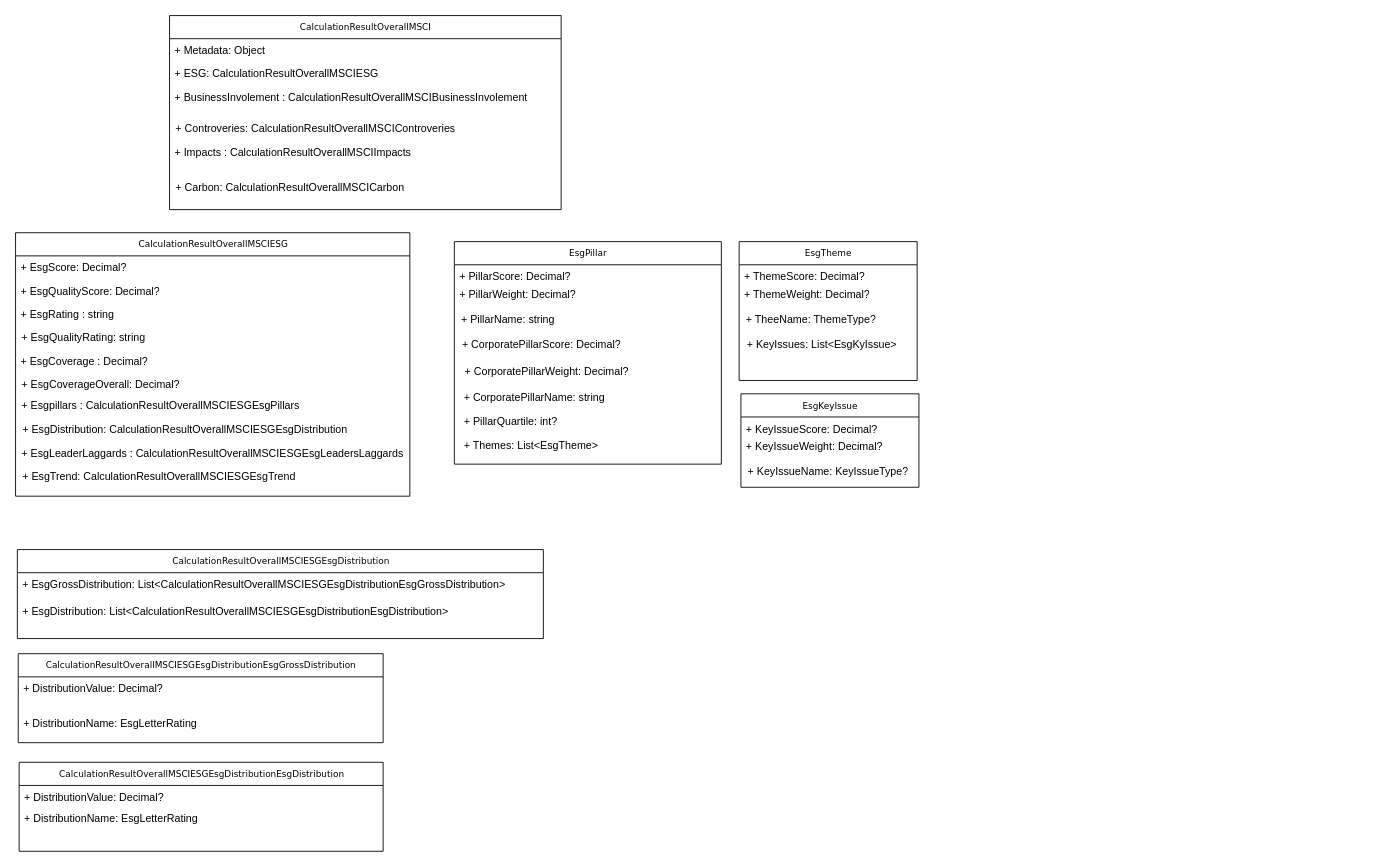
The draw.io diagram page "CalculationResultOverallMSCI" (2 of 2) of Untitled Diagram.drawio in Ajijulhoque/PlusDocDesigns, before the edit. Source tidied: cells renumbered, new cells numbered last; positions are measured from the earlier drawing's top-left corner, leaving out a move shared by most shapes. Both pictures are drawn from the tidied source at 89%, with x=0, y=0 at pixel (15, 15).
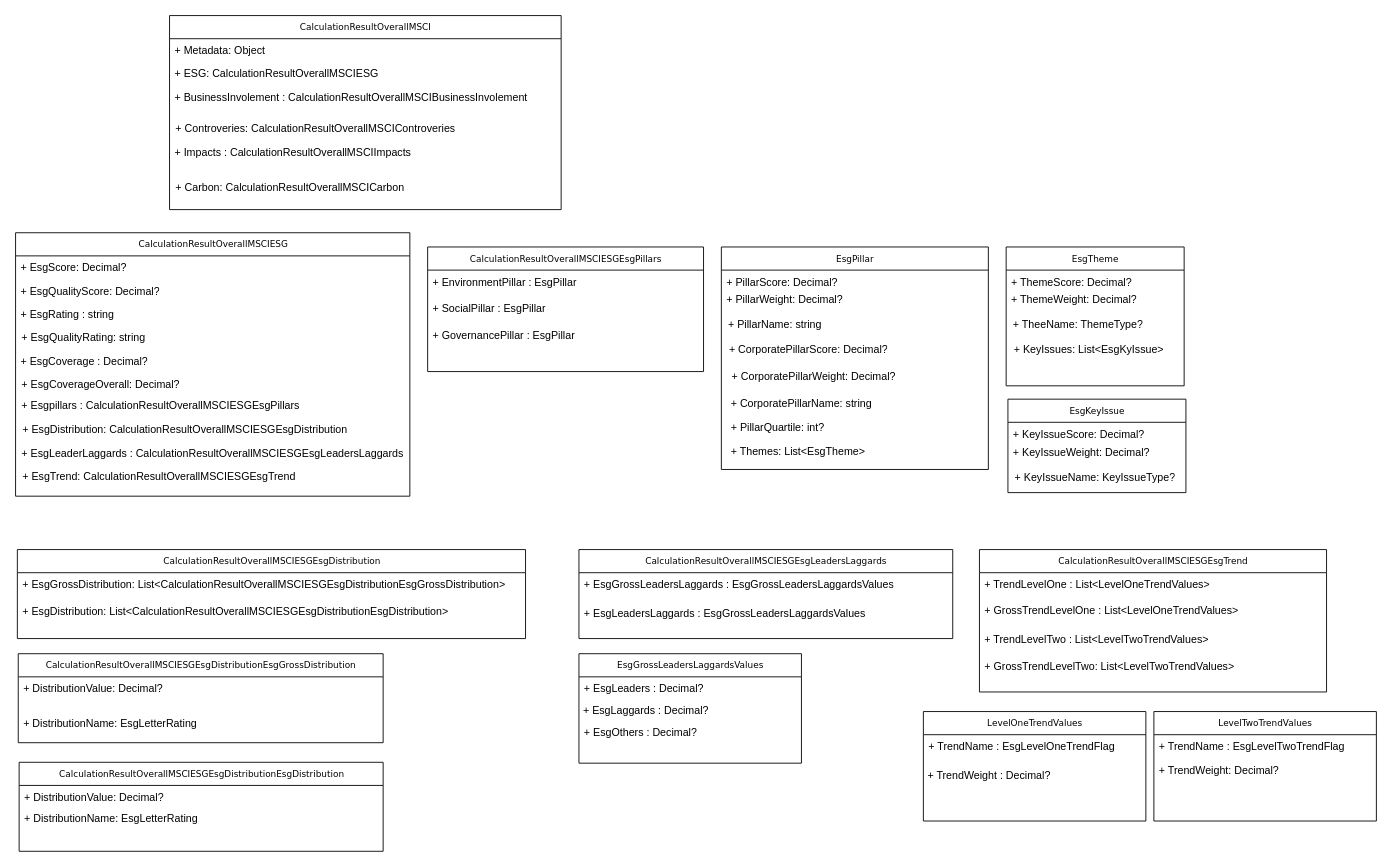
Above is the later version.

Commit message:
Updated data model

What changed in the source:
```diff
@@
     <mxCell id="20" value="EsgPillar" style="swimlane;html=1;fontStyle=0;horizontal=1;startSize=26;fillColor=none;swimlaneFillColor=#ffffff;rounded=0;shadow=0;comic=0;labelBackgroundColor=none;strokeWidth=1;fontFamily=Verdana;fontSize=10;align=center;" parent="1" vertex="1">
-      <mxGeometry x="493" y="254" width="300" height="250" as="geometry" />
+      <mxGeometry x="793" y="260" width="300" height="250" as="geometry" />
     </mxCell>
@@
     <mxCell id="22" value="+ PillarWeight: Decimal?" style="text;html=1;strokeColor=none;fillColor=none;align=left;verticalAlign=top;spacingLeft=4;spacingRight=4;whiteSpace=wrap;overflow=hidden;" parent="1" vertex="1">
-      <mxGeometry x="493" y="300" width="300" height="26" as="geometry" />
+      <mxGeometry x="793" y="306" width="300" height="26" as="geometry" />
     </mxCell>
     <mxCell id="23" value="+ PillarName: string" style="text;html=1;strokeColor=none;fillColor=none;align=left;verticalAlign=top;spacingLeft=4;spacingRight=4;whiteSpace=wrap;overflow=hidden;" parent="1" vertex="1">
-      <mxGeometry x="495" y="328" width="300" height="26" as="geometry" />
+      <mxGeometry x="795" y="334" width="300" height="26" as="geometry" />
     </mxCell>
     <mxCell id="24" value="+ CorporatePillarScore: Decimal?" style="text;html=1;strokeColor=none;fillColor=none;align=left;verticalAlign=top;spacingLeft=4;spacingRight=4;whiteSpace=wrap;overflow=hidden;" parent="1" vertex="1">
-      <mxGeometry x="496" y="356" width="300" height="26" as="geometry" />
+      <mxGeometry x="796" y="362" width="300" height="26" as="geometry" />
     </mxCell>
     <mxCell id="25" value="+ CorporatePillarWeight: Decimal?" style="text;html=1;strokeColor=none;fillColor=none;align=left;verticalAlign=top;spacingLeft=4;spacingRight=4;whiteSpace=wrap;overflow=hidden;" parent="1" vertex="1">
-      <mxGeometry x="499" y="386" width="300" height="26" as="geometry" />
+      <mxGeometry x="799" y="392" width="300" height="26" as="geometry" />
     </mxCell>
     <mxCell id="26" value="+ CorporatePillarName: string" style="text;html=1;strokeColor=none;fillColor=none;align=left;verticalAlign=top;spacingLeft=4;spacingRight=4;whiteSpace=wrap;overflow=hidden;" parent="1" vertex="1">
-      <mxGeometry x="498" y="416" width="300" height="26" as="geometry" />
+      <mxGeometry x="798" y="422" width="300" height="26" as="geometry" />
     </mxCell>
     <mxCell id="27" value="+ PillarQuartile: int?" style="text;html=1;strokeColor=none;fillColor=none;align=left;verticalAlign=top;spacingLeft=4;spacingRight=4;whiteSpace=wrap;overflow=hidden;" parent="1" vertex="1">
-      <mxGeometry x="498" y="443" width="300" height="26" as="geometry" />
+      <mxGeometry x="798" y="449" width="300" height="26" as="geometry" />
     </mxCell>
     <mxCell id="28" value="+ Themes: List&amp;lt;EsgTheme&amp;gt;" style="text;html=1;strokeColor=none;fillColor=none;align=left;verticalAlign=top;spacingLeft=4;spacingRight=4;whiteSpace=wrap;overflow=hidden;" parent="1" vertex="1">
-      <mxGeometry x="498" y="470" width="300" height="26" as="geometry" />
+      <mxGeometry x="798" y="476" width="300" height="26" as="geometry" />
     </mxCell>
     <mxCell id="29" value="EsgTheme" style="swimlane;html=1;fontStyle=0;horizontal=1;startSize=26;fillColor=none;swimlaneFillColor=#ffffff;rounded=0;shadow=0;comic=0;labelBackgroundColor=none;strokeWidth=1;fontFamily=Verdana;fontSize=10;align=center;" parent="1" vertex="1">
-      <mxGeometry x="813" y="254" width="200" height="156" as="geometry" />
+      <mxGeometry x="1113" y="260" width="200" height="156" as="geometry" />
     </mxCell>
@@
     <mxCell id="31" value="+ ThemeWeight: Decimal?" style="text;html=1;strokeColor=none;fillColor=none;align=left;verticalAlign=top;spacingLeft=4;spacingRight=4;whiteSpace=wrap;overflow=hidden;" parent="1" vertex="1">
-      <mxGeometry x="813" y="300" width="200" height="26" as="geometry" />
+      <mxGeometry x="1113" y="306" width="200" height="26" as="geometry" />
     </mxCell>
     <mxCell id="32" value="+ TheeName:&amp;nbsp;ThemeType?" style="text;html=1;strokeColor=none;fillColor=none;align=left;verticalAlign=top;spacingLeft=4;spacingRight=4;whiteSpace=wrap;overflow=hidden;" parent="1" vertex="1">
-      <mxGeometry x="815" y="328" width="198" height="26" as="geometry" />
+      <mxGeometry x="1115" y="334" width="198" height="26" as="geometry" />
     </mxCell>
     <mxCell id="33" value="+ KeyIssues: List&amp;lt;EsgKyIssue&amp;gt;" style="text;html=1;strokeColor=none;fillColor=none;align=left;verticalAlign=top;spacingLeft=4;spacingRight=4;whiteSpace=wrap;overflow=hidden;" parent="1" vertex="1">
-      <mxGeometry x="816" y="356" width="197" height="26" as="geometry" />
+      <mxGeometry x="1116" y="362" width="197" height="26" as="geometry" />
     </mxCell>
     <mxCell id="34" value="EsgKeyIssue" style="swimlane;html=1;fontStyle=0;horizontal=1;startSize=26;fillColor=none;swimlaneFillColor=#ffffff;rounded=0;shadow=0;comic=0;labelBackgroundColor=none;strokeWidth=1;fontFamily=Verdana;fontSize=10;align=center;" parent="1" vertex="1">
-      <mxGeometry x="815" y="425" width="200" height="105" as="geometry" />
+      <mxGeometry x="1115" y="431" width="200" height="105" as="geometry" />
     </mxCell>
@@
     <mxCell id="36" value="+ KeyIssueWeight: Decimal?" style="text;html=1;strokeColor=none;fillColor=none;align=left;verticalAlign=top;spacingLeft=4;spacingRight=4;whiteSpace=wrap;overflow=hidden;" parent="1" vertex="1">
-      <mxGeometry x="815" y="471" width="200" height="26" as="geometry" />
+      <mxGeometry x="1115" y="477" width="200" height="26" as="geometry" />
     </mxCell>
     <mxCell id="37" value="+ KeyIssueName: KeyIssueType?" style="text;html=1;strokeColor=none;fillColor=none;align=left;verticalAlign=top;spacingLeft=4;spacingRight=4;whiteSpace=wrap;overflow=hidden;" parent="1" vertex="1">
-      <mxGeometry x="817" y="499" width="198" height="26" as="geometry" />
+      <mxGeometry x="1117" y="505" width="198" height="26" as="geometry" />
     </mxCell>
     <mxCell id="38" value="CalculationResultOverallMSCIESGEsgDistribution" style="swimlane;html=1;fontStyle=0;horizontal=1;startSize=26;fillColor=none;swimlaneFillColor=#ffffff;rounded=0;shadow=0;comic=0;labelBackgroundColor=none;strokeWidth=1;fontFamily=Verdana;fontSize=10;align=center;" parent="1" vertex="1">
-      <mxGeometry x="2" y="600" width="591" height="100" as="geometry" />
+      <mxGeometry x="2" y="600" width="571" height="100" as="geometry" />
     </mxCell>
     <mxCell id="39" value="+ EsgGrossDistribution:&amp;nbsp;List&amp;lt;CalculationResultOverallMSCIESGEsgDistributionEsgGrossDistribution&amp;gt;" style="text;html=1;strokeColor=none;fillColor=none;align=left;verticalAlign=top;spacingLeft=4;spacingRight=4;whiteSpace=wrap;overflow=hidden;" parent="38" vertex="1">
-      <mxGeometry y="26" width="591" height="26" as="geometry" />
+      <mxGeometry y="26" width="571" height="26" as="geometry" />
     </mxCell>
@@
     <mxCell id="43" value="+ DistributionName:&amp;nbsp;EsgLetterRating" style="text;html=1;strokeColor=none;fillColor=none;align=left;verticalAlign=top;spacingLeft=4;spacingRight=4;whiteSpace=wrap;overflow=hidden;" parent="1" vertex="1">
-      <mxGeometry x="3" y="782" width="591" height="26" as="geometry" />
+      <mxGeometry x="3" y="782" width="410" height="26" as="geometry" />
     </mxCell>
@@
     <mxCell id="46" value="+ DistributionName: EsgLetterRating" style="text;html=1;strokeColor=none;fillColor=none;align=left;verticalAlign=top;spacingLeft=4;spacingRight=4;whiteSpace=wrap;overflow=hidden;" parent="1" vertex="1">
-      <mxGeometry x="4" y="889" width="591" height="26" as="geometry" />
+      <mxGeometry x="4" y="889" width="409" height="26" as="geometry" />
     </mxCell>
+    <mxCell id="47" value="CalculationResultOverallMSCIESGEsgPillars" style="swimlane;html=1;fontStyle=0;horizontal=1;startSize=26;fillColor=none;swimlaneFillColor=#ffffff;rounded=0;shadow=0;comic=0;labelBackgroundColor=none;strokeWidth=1;fontFamily=Verdana;fontSize=10;align=center;" parent="1" vertex="1">
+      <mxGeometry x="463" y="260" width="310" height="140" as="geometry" />
+    </mxCell>
+    <mxCell id="48" value="+ EnvironmentPillar : EsgPillar" style="text;html=1;strokeColor=none;fillColor=none;align=left;verticalAlign=top;spacingLeft=4;spacingRight=4;whiteSpace=wrap;overflow=hidden;" parent="47" vertex="1">
+      <mxGeometry y="26" width="310" height="26" as="geometry" />
+    </mxCell>
+    <mxCell id="49" value="+ SocialPillar : EsgPillar" style="text;html=1;strokeColor=none;fillColor=none;align=left;verticalAlign=top;spacingLeft=4;spacingRight=4;whiteSpace=wrap;overflow=hidden;" parent="1" vertex="1">
+      <mxGeometry x="463" y="316" width="390" height="26" as="geometry" />
+    </mxCell>
+    <mxCell id="50" value="+ GovernancePillar : EsgPillar" style="text;html=1;strokeColor=none;fillColor=none;align=left;verticalAlign=top;spacingLeft=4;spacingRight=4;whiteSpace=wrap;overflow=hidden;" parent="1" vertex="1">
+      <mxGeometry x="463" y="346" width="390" height="26" as="geometry" />
+    </mxCell>
+    <mxCell id="51" value="CalculationResultOverallMSCIESGEsgLeadersLaggards" style="swimlane;html=1;fontStyle=0;horizontal=1;startSize=26;fillColor=none;swimlaneFillColor=#ffffff;rounded=0;shadow=0;comic=0;labelBackgroundColor=none;strokeWidth=1;fontFamily=Verdana;fontSize=10;align=center;" parent="1" vertex="1">
+      <mxGeometry x="633" y="600" width="420" height="100" as="geometry" />
+    </mxCell>
+    <mxCell id="52" value="+ EsgGrossLeadersLaggards :&amp;nbsp;EsgGrossLeadersLaggardsValues" style="text;html=1;strokeColor=none;fillColor=none;align=left;verticalAlign=top;spacingLeft=4;spacingRight=4;whiteSpace=wrap;overflow=hidden;" parent="51" vertex="1">
+      <mxGeometry y="26" width="420" height="26" as="geometry" />
+    </mxCell>
+    <mxCell id="53" value="+ EsgLeadersLaggards :&amp;nbsp;EsgGrossLeadersLaggardsValues" style="text;html=1;strokeColor=none;fillColor=none;align=left;verticalAlign=top;spacingLeft=4;spacingRight=4;whiteSpace=wrap;overflow=hidden;" parent="1" vertex="1">
+      <mxGeometry x="633" y="658" width="420" height="26" as="geometry" />
+    </mxCell>
+    <mxCell id="54" value="EsgGrossLeadersLaggardsValues" style="swimlane;html=1;fontStyle=0;horizontal=1;startSize=26;fillColor=none;swimlaneFillColor=#ffffff;rounded=0;shadow=0;comic=0;labelBackgroundColor=none;strokeWidth=1;fontFamily=Verdana;fontSize=10;align=center;" parent="1" vertex="1">
+      <mxGeometry x="633" y="717" width="250" height="123" as="geometry" />
+    </mxCell>
+    <mxCell id="55" value="+ EsgLeaders : Decimal?" style="text;html=1;strokeColor=none;fillColor=none;align=left;verticalAlign=top;spacingLeft=4;spacingRight=4;whiteSpace=wrap;overflow=hidden;" parent="54" vertex="1">
+      <mxGeometry y="26" width="250" height="26" as="geometry" />
+    </mxCell>
+    <mxCell id="56" value="+ EsgLaggards : Decimal?" style="text;html=1;strokeColor=none;fillColor=none;align=left;verticalAlign=top;spacingLeft=4;spacingRight=4;whiteSpace=wrap;overflow=hidden;" parent="1" vertex="1">
+      <mxGeometry x="632" y="767" width="251" height="26" as="geometry" />
+    </mxCell>
+    <mxCell id="57" value="+ EsgOthers : Decimal?" style="text;html=1;strokeColor=none;fillColor=none;align=left;verticalAlign=top;spacingLeft=4;spacingRight=4;whiteSpace=wrap;overflow=hidden;" parent="1" vertex="1">
+      <mxGeometry x="633" y="792" width="250" height="26" as="geometry" />
+    </mxCell>
+    <mxCell id="58" value="CalculationResultOverallMSCIESGEsgTrend" style="swimlane;html=1;fontStyle=0;horizontal=1;startSize=26;fillColor=none;swimlaneFillColor=#ffffff;rounded=0;shadow=0;comic=0;labelBackgroundColor=none;strokeWidth=1;fontFamily=Verdana;fontSize=10;align=center;" parent="1" vertex="1">
+      <mxGeometry x="1083" y="600" width="390" height="160" as="geometry" />
+    </mxCell>
+    <mxCell id="59" value="+ TrendLevelOne :&amp;nbsp;List&amp;lt;LevelOneTrendValues&amp;gt;" style="text;html=1;strokeColor=none;fillColor=none;align=left;verticalAlign=top;spacingLeft=4;spacingRight=4;whiteSpace=wrap;overflow=hidden;" parent="58" vertex="1">
+      <mxGeometry y="26" width="390" height="26" as="geometry" />
+    </mxCell>
+    <mxCell id="60" value="+ GrossTrendLevelOne :&amp;nbsp;List&amp;lt;LevelOneTrendValues&amp;gt;" style="text;html=1;strokeColor=none;fillColor=none;align=left;verticalAlign=top;spacingLeft=4;spacingRight=4;whiteSpace=wrap;overflow=hidden;" parent="1" vertex="1">
+      <mxGeometry x="1083" y="655" width="390" height="26" as="geometry" />
+    </mxCell>
+    <mxCell id="61" value="+ TrendLevelTwo :&amp;nbsp;List&amp;lt;LevelTwoTrendValues&amp;gt;" style="text;html=1;strokeColor=none;fillColor=none;align=left;verticalAlign=top;spacingLeft=4;spacingRight=4;whiteSpace=wrap;overflow=hidden;" parent="1" vertex="1">
+      <mxGeometry x="1083" y="687" width="390" height="26" as="geometry" />
+    </mxCell>
+    <mxCell id="62" value="+ GrossTrendLevelTwo:&amp;nbsp;List&amp;lt;LevelTwoTrendValues&amp;gt;" style="text;html=1;strokeColor=none;fillColor=none;align=left;verticalAlign=top;spacingLeft=4;spacingRight=4;whiteSpace=wrap;overflow=hidden;" parent="1" vertex="1">
+      <mxGeometry x="1083" y="718" width="390" height="26" as="geometry" />
+    </mxCell>
+    <mxCell id="63" value="LevelOneTrendValues" style="swimlane;html=1;fontStyle=0;horizontal=1;startSize=26;fillColor=none;swimlaneFillColor=#ffffff;rounded=0;shadow=0;comic=0;labelBackgroundColor=none;strokeWidth=1;fontFamily=Verdana;fontSize=10;align=center;" parent="1" vertex="1">
+      <mxGeometry x="1020" y="782" width="250" height="123" as="geometry" />
+    </mxCell>
+    <mxCell id="64" value="+ TrendName : EsgLevelOneTrendFlag" style="text;html=1;strokeColor=none;fillColor=none;align=left;verticalAlign=top;spacingLeft=4;spacingRight=4;whiteSpace=wrap;overflow=hidden;" parent="63" vertex="1">
+      <mxGeometry y="26" width="250" height="26" as="geometry" />
+    </mxCell>
+    <mxCell id="65" value="+ TrendWeight : Decimal?" style="text;html=1;strokeColor=none;fillColor=none;align=left;verticalAlign=top;spacingLeft=4;spacingRight=4;whiteSpace=wrap;overflow=hidden;" parent="1" vertex="1">
+      <mxGeometry x="1019" y="840" width="250" height="26" as="geometry" />
+    </mxCell>
+    <mxCell id="66" value="LevelTwoTrendValues" style="swimlane;html=1;fontStyle=0;horizontal=1;startSize=26;fillColor=none;swimlaneFillColor=#ffffff;rounded=0;shadow=0;comic=0;labelBackgroundColor=none;strokeWidth=1;fontFamily=Verdana;fontSize=10;align=center;" parent="1" vertex="1">
+      <mxGeometry x="1279" y="782" width="250" height="123" as="geometry" />
+    </mxCell>
+    <mxCell id="67" value="+ TrendName : EsgLevelTwoTrendFlag" style="text;html=1;strokeColor=none;fillColor=none;align=left;verticalAlign=top;spacingLeft=4;spacingRight=4;whiteSpace=wrap;overflow=hidden;" parent="66" vertex="1">
+      <mxGeometry y="26" width="250" height="22" as="geometry" />
+    </mxCell>
+    <mxCell id="68" value="+ TrendWeight: Decimal?" style="text;html=1;strokeColor=none;fillColor=none;align=left;verticalAlign=top;spacingLeft=4;spacingRight=4;whiteSpace=wrap;overflow=hidden;" parent="1" vertex="1">
+      <mxGeometry x="1279" y="835" width="250" height="22" as="geometry" />
+    </mxCell>
```
